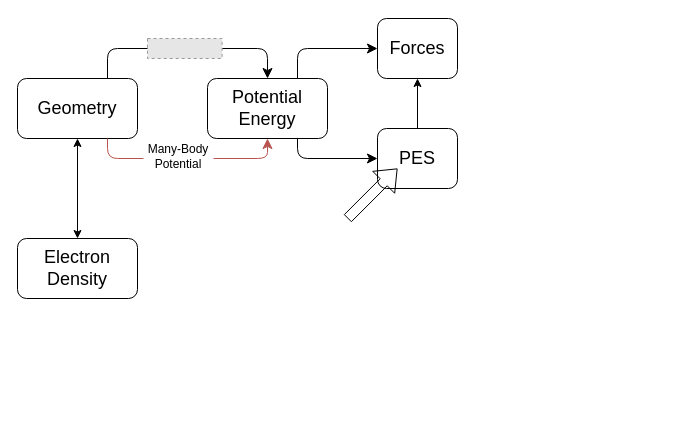
The draw.io diagram MLCtalysis.drawio in kay-squared/PyTorchLearn, before the edit. Source tidied: cells renumbered, new cells numbered last; positions are measured from the earlier drawing's top-left corner, leaving out a move shared by most shapes. Both pictures are drawn from the tidied source at 100%, with x=0, y=0 at pixel (17, 18). Pictures stored in the file or linked from it are replaced by grey dashed boxes.
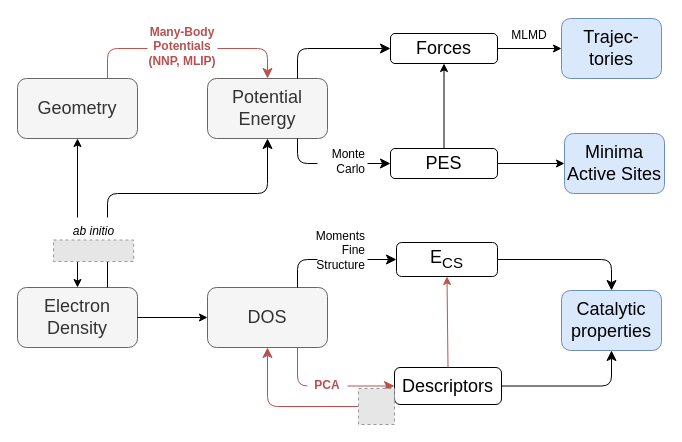
After the change.

The edit, as a diff of the source:
```diff
@@
-    <mxCell id="2" value="Geometry" style="rounded=1;whiteSpace=wrap;html=1;fontFamily=Rubik light;fontSize=18;" parent="1" vertex="1">
+    <mxCell id="2" value="Geometry" style="rounded=1;whiteSpace=wrap;html=1;fontFamily=Rubik light;fontSize=18;fillColor=#f5f5f5;strokeColor=#666666;fontColor=#333333;" parent="1" vertex="1">
       <mxGeometry y="60" width="120" height="60" as="geometry" />
     </mxCell>
-    <mxCell id="3" value="Electron Density" style="rounded=1;whiteSpace=wrap;html=1;fontFamily=Rubik light;fontSize=18;" parent="1" vertex="1">
-      <mxGeometry y="220" width="120" height="60" as="geometry" />
+    <mxCell id="3" value="Electron Density" style="rounded=1;whiteSpace=wrap;html=1;fontFamily=Rubik light;fontSize=18;fillColor=#f5f5f5;strokeColor=#666666;fontColor=#333333;" parent="1" vertex="1">
+      <mxGeometry y="269" width="120" height="60" as="geometry" />
     </mxCell>
@@
-    <mxCell id="5" value="Potential Energy" style="rounded=1;whiteSpace=wrap;html=1;fontFamily=Rubik light;fontSize=18;" parent="1" vertex="1">
+    <mxCell id="5" value="Potential Energy" style="rounded=1;whiteSpace=wrap;html=1;fontFamily=Rubik light;fontSize=18;fillColor=#f5f5f5;strokeColor=#666666;fontColor=#333333;" parent="1" vertex="1">
       <mxGeometry x="190" y="60" width="120" height="60" as="geometry" />
     </mxCell>
-    <mxCell id="6" style="edgeStyle=elbowEdgeStyle;elbow=horizontal;endArrow=classic;html=1;rounded=1;endSize=8;startSize=8;exitX=0.75;exitY=0;exitDx=0;exitDy=0;entryX=0.5;entryY=0;entryDx=0;entryDy=0;" parent="1" edge="1" source="2" target="5">
+    <mxCell id="6" style="edgeStyle=elbowEdgeStyle;elbow=horizontal;endArrow=classic;html=1;rounded=1;endSize=8;startSize=8;exitX=0.75;exitY=0;exitDx=0;exitDy=0;entryX=0.5;entryY=0;entryDx=0;entryDy=0;strokeColor=#B85450;" parent="1" edge="1" source="2" target="5">
       <mxGeometry relative="1" as="geometry">
         <Array as="points">
           <mxPoint x="160" y="30" />
         </Array>
       </mxGeometry>
     </mxCell>
-    <mxCell id="7" style="edgeStyle=elbowEdgeStyle;elbow=horizontal;endArrow=classic;html=1;rounded=1;endSize=8;startSize=8;exitX=0.75;exitY=1;exitDx=0;exitDy=0;entryX=0.5;entryY=1;entryDx=0;entryDy=0;fillColor=#f8cecc;strokeColor=#b85450;" parent="1" edge="1" source="2" target="5">
-      <mxGeometry relative="1" as="geometry">
-        <Array as="points">
-          <mxPoint x="150" y="140" />
-        </Array>
-      </mxGeometry>
-    </mxCell>
-    <mxCell id="8" style="fillColor=#E6E6E6;strokeColor=#999999;dashed=1;verticalLabelPosition=bottom;labelBackgroundColor=default;verticalAlign=top;" parent="1" vertex="1">
-      <mxGeometry x="130" y="20" width="74.6" height="20" as="geometry" />
-    </mxCell>
-    <mxCell id="9" value="Many-Body Potential" style="text;html=1;strokeColor=none;fillColor=#FFFFFF;align=center;verticalAlign=middle;whiteSpace=wrap;rounded=0;fontFamily=Rubik light;" parent="1" vertex="1">
-      <mxGeometry x="126" y="123" width="70" height="30" as="geometry" />
+    <mxCell id="9" value="Many-Body Potentials (NNP, MLIP)" style="text;html=1;strokeColor=none;fillColor=#FFFFFF;align=center;verticalAlign=middle;whiteSpace=wrap;rounded=0;fontFamily=Rubik light;fontColor=#b85050;fontStyle=1;" parent="1" vertex="1">
+      <mxGeometry x="130" y="6" width="70" height="43" as="geometry" />
     </mxCell>
     <mxCell id="10" value="Forces" style="rounded=1;whiteSpace=wrap;html=1;fontFamily=Rubik light;fontSize=18;" parent="1" vertex="1">
-      <mxGeometry x="360" width="80" height="60" as="geometry" />
+      <mxGeometry x="373" y="15" width="107" height="30" as="geometry" />
     </mxCell>
     <mxCell id="11" value="PES" style="rounded=1;whiteSpace=wrap;html=1;fontFamily=Rubik light;fontSize=18;" parent="1" vertex="1">
-      <mxGeometry x="360" y="110" width="80" height="60" as="geometry" />
+      <mxGeometry x="373" y="130" width="107" height="30" as="geometry" />
     </mxCell>
-    <mxCell id="12" style="edgeStyle=elbowEdgeStyle;elbow=horizontal;endArrow=classic;html=1;rounded=1;endSize=8;startSize=8;exitX=0.75;exitY=0;exitDx=0;exitDy=0;" parent="1" edge="1" source="5">
+    <mxCell id="12" style="edgeStyle=elbowEdgeStyle;elbow=horizontal;endArrow=classic;html=1;rounded=1;endSize=8;startSize=8;exitX=0.75;exitY=0;exitDx=0;exitDy=0;entryX=0;entryY=0.5;entryDx=0;entryDy=0;" parent="1" edge="1" source="5" target="10">
       <mxGeometry relative="1" as="geometry">
-        <mxPoint x="360" y="30" as="targetPoint" />
         <Array as="points">
           <mxPoint x="280" y="40" />
         </Array>
       </mxGeometry>
     </mxCell>
@@
-    <mxCell id="15" style="shape=flexArrow;endArrow=classic;html=1;rounded=0;" parent="1" edge="1">
-      <mxGeometry relative="1" as="geometry">
-        <mxPoint x="330" y="200" as="sourcePoint" />
-        <mxPoint x="380" y="150" as="targetPoint" />
-      </mxGeometry>
-    </mxCell>
+    <mxCell id="16" value="Trajec-tories" style="rounded=1;whiteSpace=wrap;html=1;fontFamily=Rubik light;fontSize=18;fillColor=#dae8fc;strokeColor=#6c8ebf;" parent="1" vertex="1">
+      <mxGeometry x="544" width="100" height="60" as="geometry" />
+    </mxCell>
+    <mxCell id="17" value="Minima Active Sites" style="rounded=1;whiteSpace=wrap;html=1;fontFamily=Rubik light;fontSize=18;fillColor=#dae8fc;strokeColor=#6c8ebf;" parent="1" vertex="1">
+      <mxGeometry x="547" y="115" width="100" height="60" as="geometry" />
+    </mxCell>
+    <mxCell id="18" value="DOS" style="rounded=1;whiteSpace=wrap;html=1;fontFamily=Rubik light;fontSize=18;fillColor=#f5f5f5;strokeColor=#666666;fontColor=#333333;" parent="1" vertex="1">
+      <mxGeometry x="190" y="269" width="120" height="60" as="geometry" />
+    </mxCell>
+    <mxCell id="19" style="endArrow=classic;html=1;rounded=0;exitX=1;exitY=0.5;exitDx=0;exitDy=0;" parent="1" edge="1" source="3" target="18">
+      <mxGeometry relative="1" as="geometry" />
+    </mxCell>
+    <mxCell id="20" value="E&lt;sub&gt;CS&lt;/sub&gt;" style="rounded=1;whiteSpace=wrap;html=1;fontFamily=Rubik light;fontSize=18;" parent="1" vertex="1">
+      <mxGeometry x="379" y="224" width="101" height="34" as="geometry" />
+    </mxCell>
+    <mxCell id="21" value="Catalytic properties" style="rounded=1;whiteSpace=wrap;html=1;fontFamily=Rubik light;fontSize=18;fillColor=#dae8fc;strokeColor=#6c8ebf;" parent="1" vertex="1">
+      <mxGeometry x="544" y="272" width="100" height="60" as="geometry" />
+    </mxCell>
+    <mxCell id="22" value="Descriptors" style="rounded=1;whiteSpace=wrap;html=1;fontFamily=Rubik light;fontSize=18;" parent="1" vertex="1">
+      <mxGeometry x="377" y="349" width="107" height="37" as="geometry" />
+    </mxCell>
+    <mxCell id="23" style="edgeStyle=elbowEdgeStyle;elbow=horizontal;endArrow=classic;html=1;rounded=1;endSize=8;startSize=8;exitX=0.75;exitY=1;exitDx=0;exitDy=0;entryX=0;entryY=0.5;entryDx=0;entryDy=0;strokeColor=#b85050;" parent="1" edge="1" source="18" target="22">
+      <mxGeometry relative="1" as="geometry">
+        <Array as="points">
+          <mxPoint x="280" y="358" />
+        </Array>
+      </mxGeometry>
+    </mxCell>
+    <mxCell id="24" style="edgeStyle=elbowEdgeStyle;elbow=horizontal;endArrow=classic;html=1;rounded=1;endSize=8;startSize=8;exitX=0.75;exitY=0;exitDx=0;exitDy=0;entryX=0;entryY=0.5;entryDx=0;entryDy=0;" parent="1" edge="1" source="18" target="20">
+      <mxGeometry relative="1" as="geometry">
+        <Array as="points">
+          <mxPoint x="280" y="253" />
+        </Array>
+      </mxGeometry>
+    </mxCell>
+    <mxCell id="25" style="endArrow=classic;html=1;rounded=0;exitX=0.5;exitY=0;exitDx=0;exitDy=0;fillColor=#f8cecc;strokeColor=#B85450;entryX=0.5;entryY=1;entryDx=0;entryDy=0;" parent="1" edge="1" source="22" target="20">
+      <mxGeometry relative="1" as="geometry" />
+    </mxCell>
+    <mxCell id="26" value="Moments&lt;br&gt;Fine Structure" style="text;html=1;strokeColor=none;fillColor=#FFFFFF;align=right;verticalAlign=middle;whiteSpace=wrap;rounded=0;fontFamily=Rubik light;" parent="1" vertex="1">
+      <mxGeometry x="300" y="213" width="50" height="37" as="geometry" />
+    </mxCell>
+    <mxCell id="27" value="PCA" style="text;html=1;strokeColor=none;fillColor=#FFFFFF;align=center;verticalAlign=middle;whiteSpace=wrap;rounded=0;fontFamily=Rubik light;fontColor=#b85050;fontStyle=1;" parent="1" vertex="1">
+      <mxGeometry x="290" y="357" width="40" height="20" as="geometry" />
+    </mxCell>
+    <mxCell id="28" value="MLMD" style="text;html=1;strokeColor=none;fillColor=#FFFFFF;align=center;verticalAlign=middle;whiteSpace=wrap;rounded=0;fontFamily=Rubik light;" parent="1" vertex="1">
+      <mxGeometry x="483" y="6" width="58" height="21" as="geometry" />
+    </mxCell>
+    <mxCell id="29" style="endArrow=classic;html=1;rounded=0;exitX=1;exitY=0.5;exitDx=0;exitDy=0;" parent="1" edge="1" source="10">
+      <mxGeometry relative="1" as="geometry">
+        <mxPoint x="544" y="30" as="targetPoint" />
+      </mxGeometry>
+    </mxCell>
+    <mxCell id="30" value="Monte Carlo" style="text;html=1;strokeColor=none;fillColor=#FFFFFF;align=right;verticalAlign=middle;whiteSpace=wrap;rounded=0;fontFamily=Rubik light;" parent="1" vertex="1">
+      <mxGeometry x="300" y="124.5" width="50" height="37" as="geometry" />
+    </mxCell>
+    <mxCell id="31" style="endArrow=classic;html=1;rounded=0;exitX=1;exitY=0.5;exitDx=0;exitDy=0;entryX=0;entryY=0.5;entryDx=0;entryDy=0;" parent="1" edge="1" source="11" target="17">
+      <mxGeometry relative="1" as="geometry" />
+    </mxCell>
+    <mxCell id="32" style="edgeStyle=elbowEdgeStyle;elbow=horizontal;endArrow=classic;html=1;rounded=1;endSize=8;startSize=8;exitX=1;exitY=0.5;exitDx=0;exitDy=0;entryX=0.5;entryY=0;entryDx=0;entryDy=0;" parent="1" edge="1" source="20" target="21">
+      <mxGeometry relative="1" as="geometry">
+        <Array as="points">
+          <mxPoint x="594" y="243" />
+        </Array>
+      </mxGeometry>
+    </mxCell>
+    <mxCell id="33" style="edgeStyle=elbowEdgeStyle;elbow=horizontal;endArrow=classic;html=1;rounded=1;endSize=8;startSize=8;exitX=1;exitY=0.5;exitDx=0;exitDy=0;entryX=0.5;entryY=1;entryDx=0;entryDy=0;strokeColor=#030303;" parent="1" edge="1" source="22" target="21">
+      <mxGeometry relative="1" as="geometry">
+        <Array as="points">
+          <mxPoint x="594" y="368" />
+        </Array>
+      </mxGeometry>
+    </mxCell>
+    <mxCell id="34" style="edgeStyle=elbowEdgeStyle;elbow=horizontal;endArrow=classic;html=1;rounded=1;endSize=8;startSize=8;strokeColor=#b85050;entryX=0.5;entryY=1;entryDx=0;entryDy=0;exitX=0;exitY=0.5;exitDx=0;exitDy=0;" parent="1" edge="1" source="36" target="18">
+      <mxGeometry relative="1" as="geometry">
+        <Array as="points">
+          <mxPoint x="250" y="363" />
+        </Array>
+      </mxGeometry>
+    </mxCell>
+    <mxCell id="35" style="edgeStyle=elbowEdgeStyle;elbow=vertical;endArrow=classic;html=1;rounded=1;endSize=8;startSize=8;entryX=0.5;entryY=1;entryDx=0;entryDy=0;exitX=0.75;exitY=0;exitDx=0;exitDy=0;" parent="1" edge="1" source="3" target="5">
+      <mxGeometry relative="1" as="geometry">
+        <Array as="points">
+          <mxPoint x="140" y="175" />
+        </Array>
+      </mxGeometry>
+    </mxCell>
+    <mxCell id="36" style="fillColor=#E6E6E6;strokeColor=#999999;dashed=1;verticalLabelPosition=bottom;labelBackgroundColor=default;verticalAlign=top;" parent="1" vertex="1">
+      <mxGeometry x="341" y="370" width="36" height="36" as="geometry" />
+    </mxCell>
+    <mxCell id="37" value="ab initio" style="text;html=1;strokeColor=none;fillColor=#FFFFFF;align=center;verticalAlign=top;whiteSpace=wrap;rounded=0;fontFamily=Rubik light;fontStyle=2;" parent="1" vertex="1">
+      <mxGeometry x="28.6" y="199" width="95" height="44" as="geometry" />
+    </mxCell>
+    <mxCell id="38" style="fillColor=#E6E6E6;strokeColor=#999999;dashed=1;verticalLabelPosition=bottom;labelBackgroundColor=default;verticalAlign=top;" parent="1" vertex="1">
+      <mxGeometry x="36" y="221.5" width="80.2" height="21.5" as="geometry" />
+    </mxCell>
```
